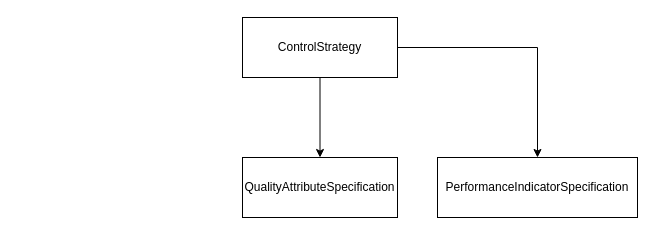
Earlier version of the draw.io diagram diagram-test.drawio (jpdoan/melanies_smoothies). Source tidied: cells renumbered, new cells numbered last; positions are measured from the earlier drawing's top-left corner, leaving out a move shared by most shapes. Both pictures are drawn from the tidied source at 100%, with x=0, y=0 at pixel (242, 17).
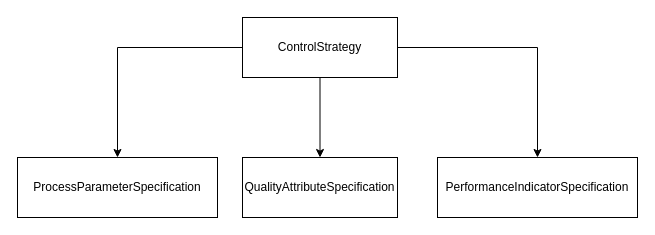
After the change.

Diff of the diagram source:
```diff
@@
 <mxGraphModel>
   <root>
     <mxCell id="0" />
     <mxCell id="1" parent="0" />
     <mxCell id="2" style="edgeStyle=orthogonalEdgeStyle;rounded=0;jettySize=auto;html=1;" parent="1" edge="1" source="4" target="5">
       <mxGeometry relative="1" as="geometry" />
     </mxCell>
     <mxCell id="3" style="edgeStyle=orthogonalEdgeStyle;rounded=0;jettySize=auto;html=1;" parent="1" edge="1" source="4" target="6">
       <mxGeometry relative="1" as="geometry" />
     </mxCell>
+    <mxCell id="7" style="edgeStyle=orthogonalEdgeStyle;rounded=0;jettySize=auto;html=1;" parent="1" edge="1" source="4" target="8">
+      <mxGeometry relative="1" as="geometry" />
+    </mxCell>
     <mxCell id="4" value="ControlStrategy" style="rounded=0;whiteSpace=wrap;html=1;convertToSvg=1;svgWhiteSpace=wrap;" parent="1" vertex="1">
       <mxGeometry width="155" height="60" as="geometry" />
     </mxCell>
     <mxCell id="5" value="QualityAttributeSpecification" style="html=1;rounded=0;whiteSpace=wrap;" parent="1" vertex="1">
       <mxGeometry y="140" width="155" height="60" as="geometry" />
     </mxCell>
     <mxCell id="6" value="PerformanceIndicatorSpecification" style="whiteSpace=wrap;html=1;rounded=0;convertToSvg=1;svgWhiteSpace=wrap;" parent="1" vertex="1">
       <mxGeometry x="195" y="140" width="200" height="60" as="geometry" />
     </mxCell>
+    <mxCell id="8" value="ProcessParameterSpecification" style="whiteSpace=wrap;html=1;rounded=0;" parent="1" vertex="1">
+      <mxGeometry x="-225" y="140" width="200" height="60" as="geometry" />
+    </mxCell>
   </root>
 </mxGraphModel>
```
